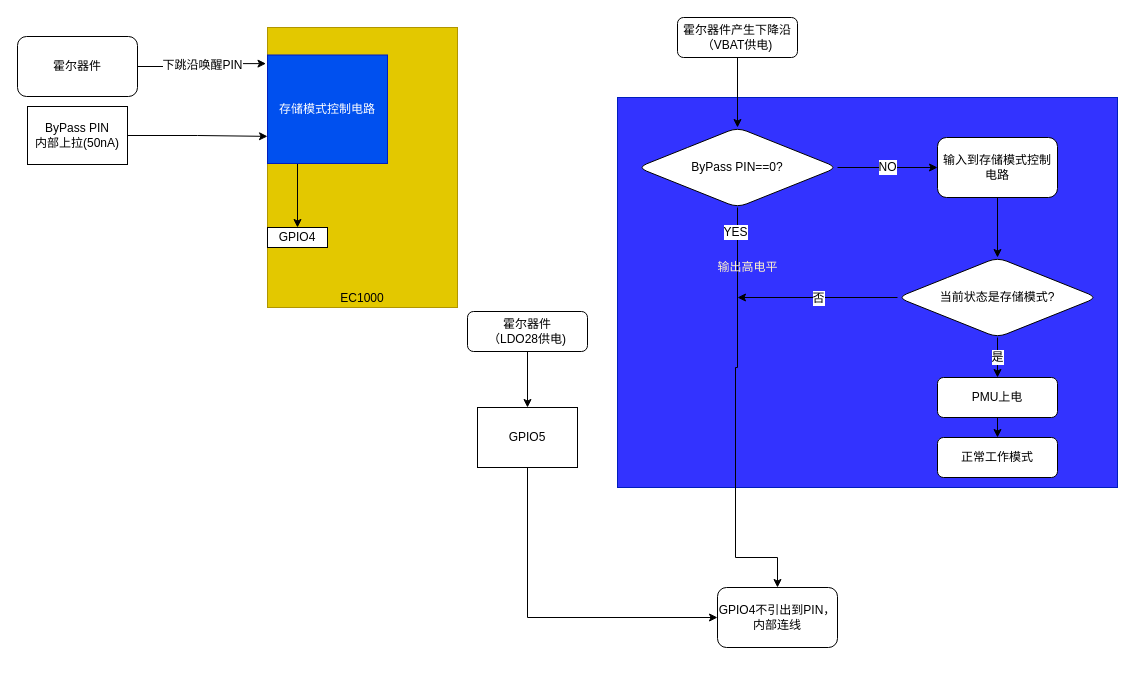
Before: page "PIN" (3 of 3) of Chip Functional Mode.drawio in fenixchen/work, a draw.io diagram. Source tidied: cells renumbered, new cells numbered last; positions are measured from the earlier drawing's top-left corner, leaving out a move shared by most shapes. Both pictures are drawn from the tidied source at 100%, with x=0, y=0 at pixel (17, 17).
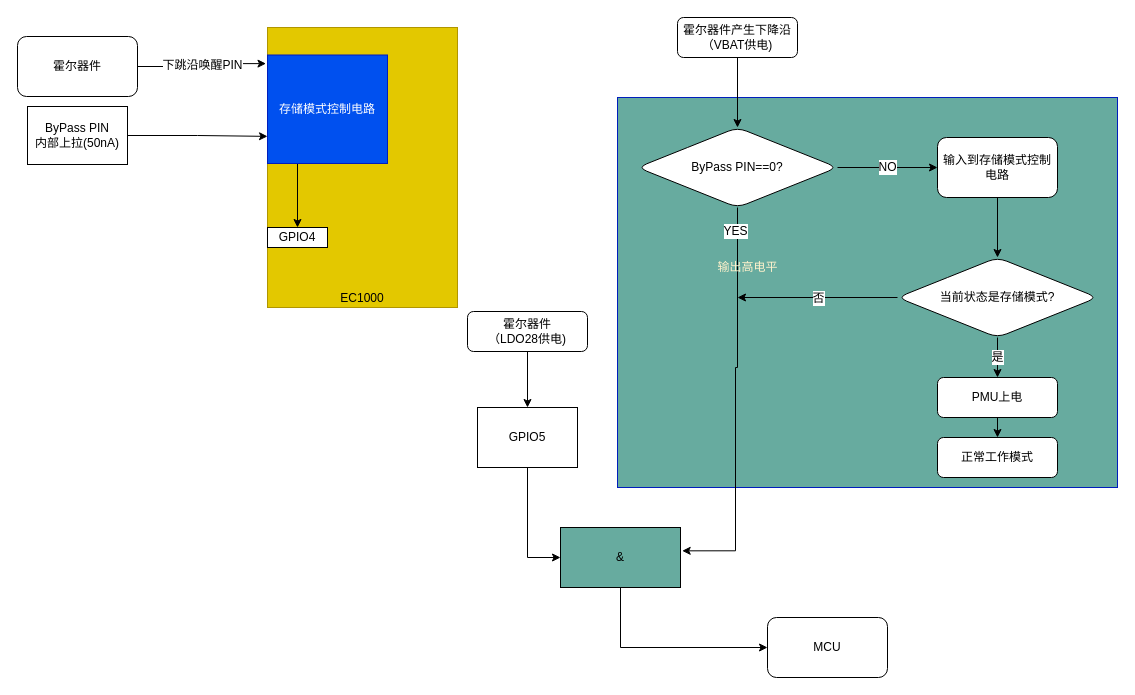
After the change.

Unchanged cells that the change refers to:
```xml
<mxCell id="13" value="ByPass PIN==0?" style="rhombus;whiteSpace=wrap;html=1;rounded=1;fontSize=12;fontColor=#000000;strokeColor=#000000;" parent="1" vertex="1">
  <mxGeometry x="620" y="110" width="200" height="80" as="geometry" />
</mxCell>
<mxCell id="26" value="GPIO5" style="rounded=0;whiteSpace=wrap;html=1;fontSize=12;fontColor=#000000;strokeColor=#000000;" parent="1" vertex="1">
  <mxGeometry x="460" y="390" width="100" height="60" as="geometry" />
</mxCell>
```

What changed in the source:
```diff
@@
-    <mxCell id="2" style="rounded=0;whiteSpace=wrap;html=1;fontSize=12;strokeColor=#001DBC;fillColor=#3333FF;fontColor=#ffffff;" parent="1" vertex="1">
+    <mxCell id="2" style="rounded=0;whiteSpace=wrap;html=1;fontSize=12;strokeColor=#001DBC;fillColor=#67AB9F;fontColor=#ffffff;" parent="1" vertex="1">
       <mxGeometry x="600" y="80" width="500" height="390" as="geometry" />
     </mxCell>
@@
-    <mxCell id="11" value="YES" style="edgeStyle=orthogonalEdgeStyle;rounded=0;jettySize=auto;html=1;exitX=0.5;exitY=1;exitDx=0;exitDy=0;entryX=0.5;entryY=0;entryDx=0;entryDy=0;fontSize=12;fontColor=#000000;strokeColor=#000000;strokeWidth=1;fillColor=#f8cecc;" parent="1" edge="1" source="13" target="14">
+    <mxCell id="11" value="YES" style="edgeStyle=orthogonalEdgeStyle;rounded=0;jettySize=auto;html=1;exitX=0.5;exitY=1;exitDx=0;exitDy=0;entryX=1.014;entryY=0.389;entryDx=0;entryDy=0;fontSize=12;fontColor=#000000;strokeColor=#000000;strokeWidth=1;fillColor=#f8cecc;entryPerimeter=0;" parent="1" edge="1" source="13" target="31">
       <mxGeometry x="-0.88" y="-2" relative="1" as="geometry">
         <Array as="points">
           <mxPoint x="720" y="350" />
           <mxPoint x="718" y="350" />
-          <mxPoint x="718" y="540" />
+          <mxPoint x="718" y="533" />
         </Array>
       </mxGeometry>
     </mxCell>
@@
-    <mxCell id="14" value="GPIO4不引出到PIN，内部连线" style="rounded=1;whiteSpace=wrap;html=1;fontSize=12;fontColor=#000000;strokeColor=#000000;" parent="1" vertex="1">
-      <mxGeometry x="700" y="570" width="120" height="60" as="geometry" />
+    <mxCell id="14" value="MCU" style="rounded=1;whiteSpace=wrap;html=1;fontSize=12;fontColor=#000000;strokeColor=#000000;" parent="1" vertex="1">
+      <mxGeometry x="750" y="600" width="120" height="60" as="geometry" />
     </mxCell>
@@
-    <mxCell id="25" style="edgeStyle=orthogonalEdgeStyle;rounded=0;jettySize=auto;html=1;exitX=0.5;exitY=1;exitDx=0;exitDy=0;entryX=0;entryY=0.5;entryDx=0;entryDy=0;" parent="1" edge="1" source="26" target="14">
+    <mxCell id="25" style="edgeStyle=orthogonalEdgeStyle;rounded=0;jettySize=auto;html=1;exitX=0.5;exitY=1;exitDx=0;exitDy=0;entryX=0;entryY=0.5;entryDx=0;entryDy=0;" parent="1" edge="1" source="26" target="31">
       <mxGeometry relative="1" as="geometry" />
     </mxCell>
@@
+    <mxCell id="30" style="edgeStyle=orthogonalEdgeStyle;rounded=0;jettySize=auto;html=1;exitX=0.5;exitY=1;exitDx=0;exitDy=0;entryX=0;entryY=0.5;entryDx=0;entryDy=0;" parent="1" edge="1" source="31" target="14">
+      <mxGeometry relative="1" as="geometry" />
+    </mxCell>
+    <mxCell id="31" value="&amp;amp;" style="rounded=0;whiteSpace=wrap;html=1;fillColor=#67AB9F;" parent="1" vertex="1">
+      <mxGeometry x="543" y="510" width="120" height="60" as="geometry" />
+    </mxCell>
```
